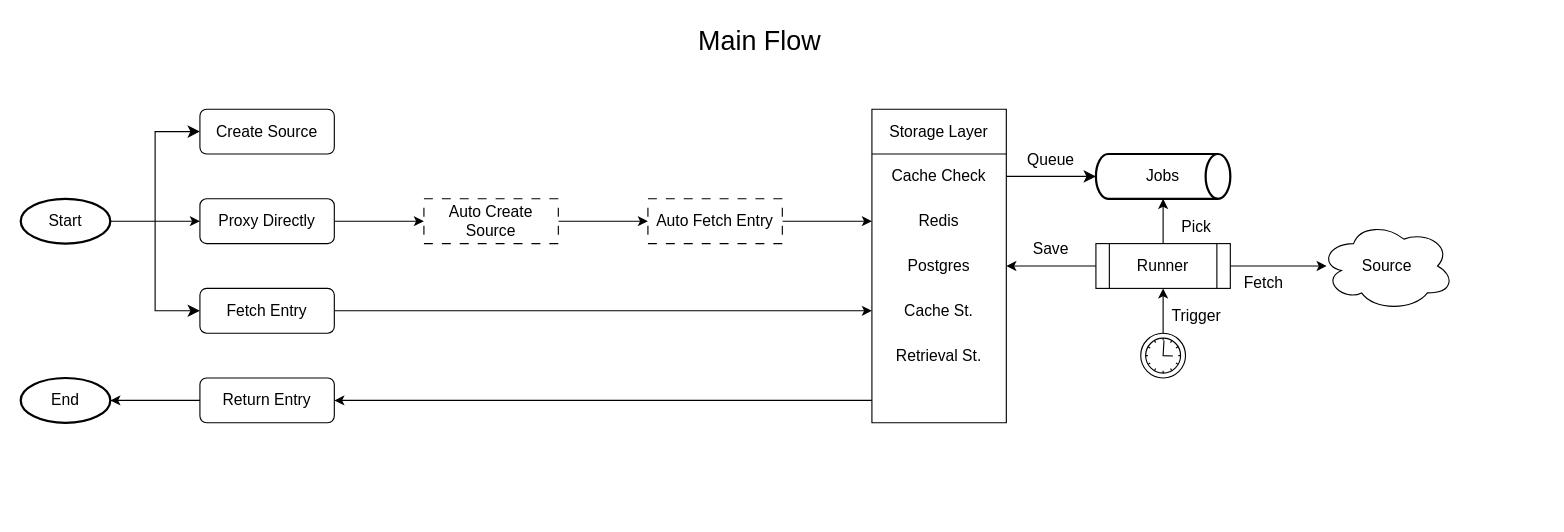
Before: page "Main Flow" (2 of 5) of docs/buffetd.drawio in Buffetd/buffetd, a draw.io diagram. Source tidied: cells renumbered, new cells numbered last; positions are measured from the earlier drawing's top-left corner, leaving out a move shared by most shapes. Both pictures are drawn from the tidied source at 112%, with x=0, y=0 at pixel (20, 19).
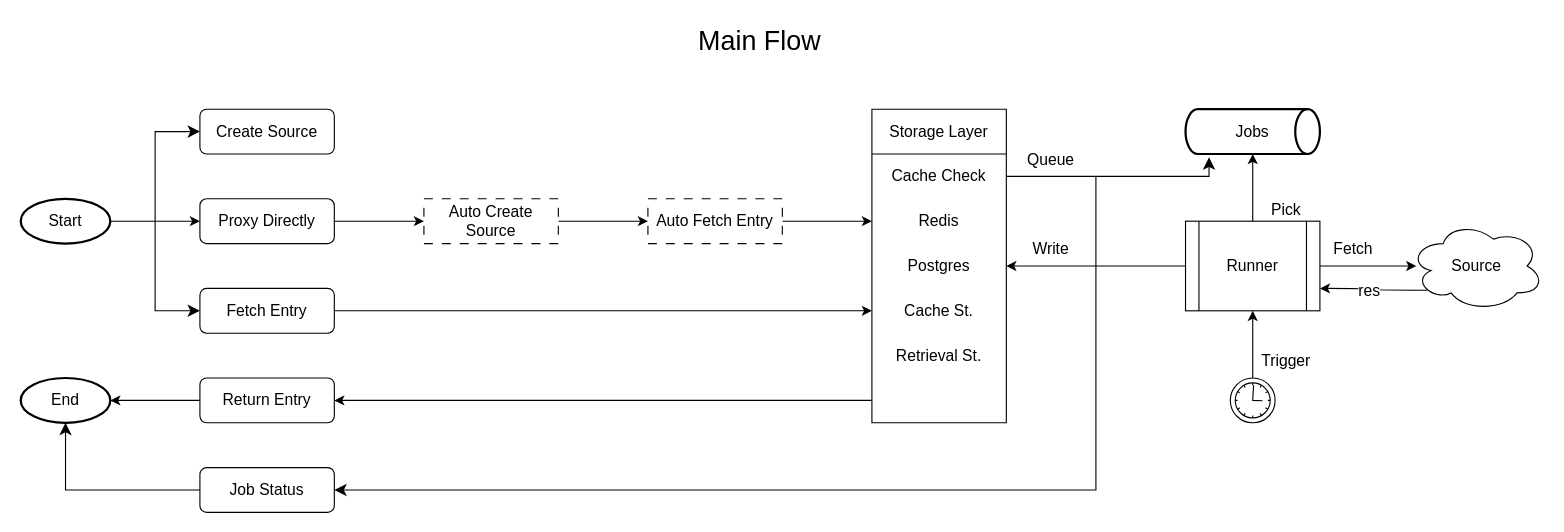
The same diagram, later.

The change refers to these unchanged cells:
```xml
<mxCell id="6" value="End" style="strokeWidth=2;html=1;shape=mxgraph.flowchart.start_1;whiteSpace=wrap;fontSize=14;" parent="1" vertex="1">
  <mxGeometry y="320" width="80" height="40" as="geometry" />
</mxCell>
```

What changed in the source:
```diff
@@
     <mxCell id="28" value="Jobs" style="strokeWidth=2;html=1;shape=mxgraph.flowchart.direct_data;whiteSpace=wrap;fontSize=14;" parent="1" vertex="1">
-      <mxGeometry x="960" y="120" width="120" height="40" as="geometry" />
+      <mxGeometry x="1040" y="80" width="120" height="40" as="geometry" />
     </mxCell>
@@
     <mxCell id="30" value="Runner" style="shape=process;whiteSpace=wrap;html=1;backgroundOutline=1;fontSize=14;" parent="1" vertex="1">
-      <mxGeometry x="960" y="200" width="120" height="40" as="geometry" />
+      <mxGeometry x="1040" y="180" width="120" height="80" as="geometry" />
     </mxCell>
@@
     <mxCell id="32" style="points=[[0.145,0.145,0],[0.5,0,0],[0.855,0.145,0],[1,0.5,0],[0.855,0.855,0],[0.5,1,0],[0.145,0.855,0],[0,0.5,0]];shape=mxgraph.bpmn.event;html=1;verticalLabelPosition=bottom;labelBackgroundColor=#ffffff;verticalAlign=top;align=center;perimeter=ellipsePerimeter;outlineConnect=0;outline=standard;symbol=timer;fontSize=14;" parent="1" vertex="1">
-      <mxGeometry x="1000" y="280" width="40" height="40" as="geometry" />
+      <mxGeometry x="1080" y="320" width="40" height="40" as="geometry" />
     </mxCell>
+    <mxCell id="41" style="edgeStyle=orthogonalEdgeStyle;html=1;exitX=0.13;exitY=0.77;exitDx=0;exitDy=0;exitPerimeter=0;entryX=1;entryY=0.75;entryDx=0;entryDy=0;fontSize=14;curved=1;" parent="1" edge="1" source="33" target="30">
+      <mxGeometry relative="1" as="geometry" />
+    </mxCell>
+    <mxCell id="42" value="res" style="edgeLabel;html=1;align=center;verticalAlign=middle;fontSize=14;" parent="41" vertex="1">
+      <mxGeometry x="0.06" relative="1" as="geometry" />
+    </mxCell>
     <mxCell id="33" value="Source" style="ellipse;shape=cloud;whiteSpace=wrap;html=1;fontSize=14;" parent="1" vertex="1">
-      <mxGeometry x="1160" y="180" width="120" height="80" as="geometry" />
+      <mxGeometry x="1240" y="180" width="120" height="80" as="geometry" />
     </mxCell>
@@
-    <mxCell id="35" style="edgeStyle=segmentEdgeStyle;endArrow=classic;html=1;curved=0;rounded=0;endSize=8;startSize=8;fontSize=14;entryX=0;entryY=0.5;entryDx=0;entryDy=0;entryPerimeter=0;" parent="1" edge="1" target="28">
+    <mxCell id="35" style="edgeStyle=segmentEdgeStyle;endArrow=classic;html=1;curved=0;rounded=0;endSize=8;startSize=8;fontSize=14;entryX=0.175;entryY=1.075;entryDx=0;entryDy=0;entryPerimeter=0;" parent="1" edge="1" target="28">
       <mxGeometry relative="1" as="geometry">
         <mxPoint x="880" y="140" as="sourcePoint" />
         <Array as="points">
-          <mxPoint x="940" y="140" />
-          <mxPoint x="940" y="140" />
+          <mxPoint x="1061" y="140" />
         </Array>
       </mxGeometry>
     </mxCell>
     <mxCell id="36" value="Pick" style="text;html=1;whiteSpace=wrap;strokeColor=none;fillColor=none;align=center;verticalAlign=middle;rounded=0;fontSize=14;" parent="1" vertex="1">
-      <mxGeometry x="1020" y="170" width="60" height="30" as="geometry" />
+      <mxGeometry x="1100" y="155" width="60" height="30" as="geometry" />
     </mxCell>
     <mxCell id="37" value="Fetch" style="text;html=1;whiteSpace=wrap;strokeColor=none;fillColor=none;align=center;verticalAlign=middle;rounded=0;fontSize=14;" parent="1" vertex="1">
-      <mxGeometry x="1080" y="220" width="60" height="30" as="geometry" />
+      <mxGeometry x="1160" y="190" width="60" height="30" as="geometry" />
     </mxCell>
     <mxCell id="38" value="Trigger" style="text;html=1;whiteSpace=wrap;strokeColor=none;fillColor=none;align=center;verticalAlign=middle;rounded=0;fontSize=14;" parent="1" vertex="1">
-      <mxGeometry x="1020" y="250" width="60" height="30" as="geometry" />
+      <mxGeometry x="1100" y="290" width="60" height="30" as="geometry" />
     </mxCell>
@@
-    <mxCell id="40" value="Save" style="text;html=1;whiteSpace=wrap;strokeColor=none;fillColor=none;align=center;verticalAlign=middle;rounded=0;fontSize=14;" parent="1" vertex="1">
+    <mxCell id="40" value="Write" style="text;html=1;whiteSpace=wrap;strokeColor=none;fillColor=none;align=center;verticalAlign=middle;rounded=0;fontSize=14;" parent="1" vertex="1">
       <mxGeometry x="890" y="190" width="60" height="30" as="geometry" />
     </mxCell>
+    <mxCell id="43" value="Job Status" style="rounded=1;whiteSpace=wrap;html=1;fontSize=14;" parent="1" vertex="1">
+      <mxGeometry x="160" y="400" width="120" height="40" as="geometry" />
+    </mxCell>
+    <mxCell id="44" style="edgeStyle=segmentEdgeStyle;endArrow=classic;html=1;curved=0;rounded=0;endSize=8;startSize=8;fontSize=14;exitX=0;exitY=0.5;exitDx=0;exitDy=0;entryX=0.5;entryY=1;entryDx=0;entryDy=0;entryPerimeter=0;" parent="1" edge="1" source="43" target="6">
+      <mxGeometry relative="1" as="geometry" />
+    </mxCell>
+    <mxCell id="45" style="edgeStyle=segmentEdgeStyle;endArrow=classic;html=1;curved=0;rounded=0;endSize=8;startSize=8;fontSize=14;entryX=1;entryY=0.5;entryDx=0;entryDy=0;" parent="1" edge="1" target="43">
+      <mxGeometry relative="1" as="geometry">
+        <mxPoint x="960" y="140" as="sourcePoint" />
+        <Array as="points">
+          <mxPoint x="960" y="420" />
+        </Array>
+      </mxGeometry>
+    </mxCell>
```
